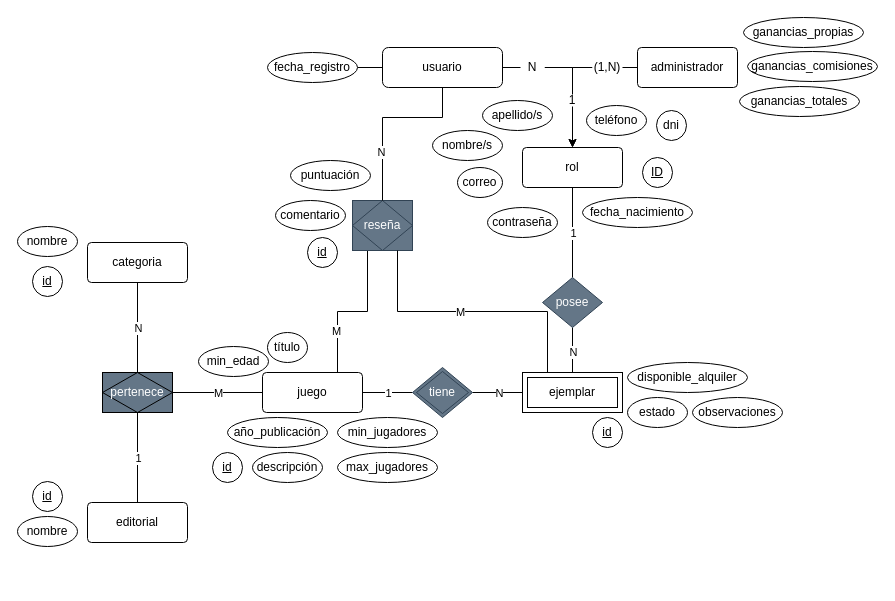
Earlier version of the draw.io diagram DER-jerarquia.drawio (SancLucas/Vuelta-al-Tablero). Source tidied: cells renumbered, new cells numbered last; positions are measured from the earlier drawing's top-left corner, leaving out a move shared by most shapes. Both pictures are drawn from the tidied source at 100%, with x=0, y=0 at pixel (17, 17).
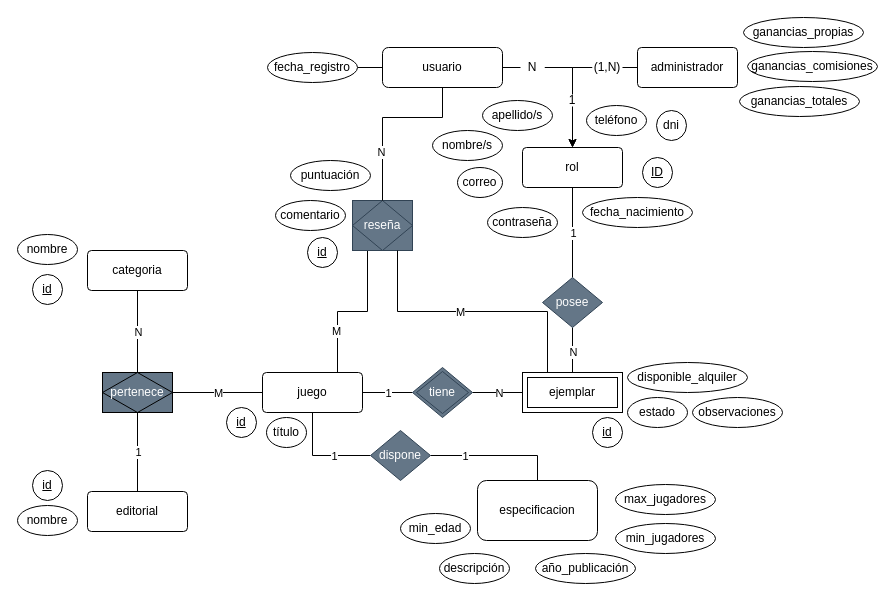
Above is the later version.

Commit message:
Propuesta con jerarquia agregada relacion 1:1

Unchanged cells that the change refers to:
```xml
<mxCell id="4" value="juego" style="rounded=1;arcSize=10;whiteSpace=wrap;html=1;align=center;" parent="1" vertex="1">
  <mxGeometry x="245" y="355" width="100" height="40" as="geometry" />
</mxCell>
```

The edit, as a diff of the source:
```diff
@@
+    <mxCell id="71" style="edgeStyle=orthogonalEdgeStyle;rounded=0;jettySize=auto;html=1;exitX=0.5;exitY=1;exitDx=0;exitDy=0;entryX=0;entryY=0.5;entryDx=0;entryDy=0;endArrow=none;endFill=0;" parent="1" edge="1" source="4" target="74">
+      <mxGeometry relative="1" as="geometry" />
+    </mxCell>
@@
     <mxCell id="6" value="editorial" style="rounded=1;arcSize=10;whiteSpace=wrap;html=1;align=center;" parent="1" vertex="1">
-      <mxGeometry x="70" y="485" width="100" height="40" as="geometry" />
+      <mxGeometry x="70" y="474" width="100" height="40" as="geometry" />
     </mxCell>
@@
     <mxCell id="9" value="categoria" style="rounded=1;arcSize=10;whiteSpace=wrap;html=1;align=center;" parent="1" vertex="1">
-      <mxGeometry x="70" y="225" width="100" height="40" as="geometry" />
+      <mxGeometry x="70" y="233" width="100" height="40" as="geometry" />
     </mxCell>
@@
     <mxCell id="21" value="id" style="ellipse;whiteSpace=wrap;html=1;align=center;fontStyle=4;" parent="1" vertex="1">
-      <mxGeometry x="195" y="435" width="30" height="30" as="geometry" />
+      <mxGeometry x="209" y="390" width="30" height="30" as="geometry" />
     </mxCell>
     <mxCell id="22" value="título" style="ellipse;whiteSpace=wrap;html=1;align=center;" parent="1" vertex="1">
-      <mxGeometry x="250" y="315" width="40" height="30" as="geometry" />
+      <mxGeometry x="249" y="400" width="40" height="30" as="geometry" />
     </mxCell>
     <mxCell id="23" value="nombre" style="ellipse;whiteSpace=wrap;html=1;align=center;" parent="1" vertex="1">
-      <mxGeometry y="209" width="60" height="30" as="geometry" />
+      <mxGeometry y="217" width="60" height="30" as="geometry" />
     </mxCell>
     <mxCell id="24" value="nombre" style="ellipse;whiteSpace=wrap;html=1;align=center;" parent="1" vertex="1">
-      <mxGeometry y="499" width="60" height="30" as="geometry" />
+      <mxGeometry y="488" width="60" height="30" as="geometry" />
     </mxCell>
     <mxCell id="25" value="id" style="ellipse;whiteSpace=wrap;html=1;align=center;fontStyle=4;" parent="1" vertex="1">
-      <mxGeometry x="15" y="464" width="30" height="30" as="geometry" />
+      <mxGeometry x="15" y="453" width="30" height="30" as="geometry" />
     </mxCell>
     <mxCell id="26" value="id" style="ellipse;whiteSpace=wrap;html=1;align=center;fontStyle=4;" parent="1" vertex="1">
-      <mxGeometry x="15" y="249" width="30" height="30" as="geometry" />
+      <mxGeometry x="15" y="257" width="30" height="30" as="geometry" />
     </mxCell>
@@
     <mxCell id="42" value="descripción" style="ellipse;whiteSpace=wrap;html=1;align=center;" parent="1" vertex="1">
-      <mxGeometry x="235" y="435" width="70" height="30" as="geometry" />
+      <mxGeometry x="422" y="536" width="70" height="30" as="geometry" />
     </mxCell>
     <mxCell id="43" value="año_publicación" style="ellipse;whiteSpace=wrap;html=1;align=center;" parent="1" vertex="1">
-      <mxGeometry x="210" y="400" width="100" height="30" as="geometry" />
+      <mxGeometry x="518" y="536" width="100" height="30" as="geometry" />
     </mxCell>
     <mxCell id="44" value="min_jugadores" style="ellipse;whiteSpace=wrap;html=1;align=center;" parent="1" vertex="1">
-      <mxGeometry x="320" y="400" width="100" height="30" as="geometry" />
+      <mxGeometry x="598" y="506" width="100" height="30" as="geometry" />
     </mxCell>
     <mxCell id="45" value="max_jugadores" style="ellipse;whiteSpace=wrap;html=1;align=center;" parent="1" vertex="1">
-      <mxGeometry x="320" y="435" width="100" height="30" as="geometry" />
+      <mxGeometry x="598" y="467" width="100" height="30" as="geometry" />
     </mxCell>
     <mxCell id="46" value="min_edad" style="ellipse;whiteSpace=wrap;html=1;align=center;" parent="1" vertex="1">
-      <mxGeometry x="181" y="329" width="70" height="30" as="geometry" />
+      <mxGeometry x="383" y="496" width="70" height="30" as="geometry" />
     </mxCell>
@@
+    <mxCell id="72" value="especificacion" style="rounded=1;whiteSpace=wrap;html=1;" parent="1" vertex="1">
+      <mxGeometry x="460" y="463" width="120" height="60" as="geometry" />
+    </mxCell>
+    <mxCell id="73" style="edgeStyle=orthogonalEdgeStyle;rounded=0;jettySize=auto;html=1;exitX=1;exitY=0.5;exitDx=0;exitDy=0;entryX=0.5;entryY=0;entryDx=0;entryDy=0;endArrow=none;endFill=0;" parent="1" edge="1" source="74" target="72">
+      <mxGeometry relative="1" as="geometry" />
+    </mxCell>
+    <mxCell id="74" value="&lt;font&gt;dispone&lt;/font&gt;" style="shape=rhombus;perimeter=rhombusPerimeter;whiteSpace=wrap;html=1;align=center;fillColor=#647687;fontColor=light-dark(#FFFFFF,#000000);strokeColor=light-dark(#314354,#000000);" parent="1" vertex="1">
+      <mxGeometry x="353" y="413" width="60" height="50" as="geometry" />
+    </mxCell>
+    <mxCell id="75" value="1" style="edgeLabel;html=1;align=center;verticalAlign=middle;" parent="1" vertex="1">
+      <mxGeometry x="382" y="435" as="geometry">
+        <mxPoint x="-66" y="3" as="offset" />
+      </mxGeometry>
+    </mxCell>
+    <mxCell id="76" value="1" style="edgeLabel;html=1;align=center;verticalAlign=middle;" parent="1" vertex="1">
+      <mxGeometry x="513" y="435" as="geometry">
+        <mxPoint x="-66" y="3" as="offset" />
+      </mxGeometry>
+    </mxCell>
```
